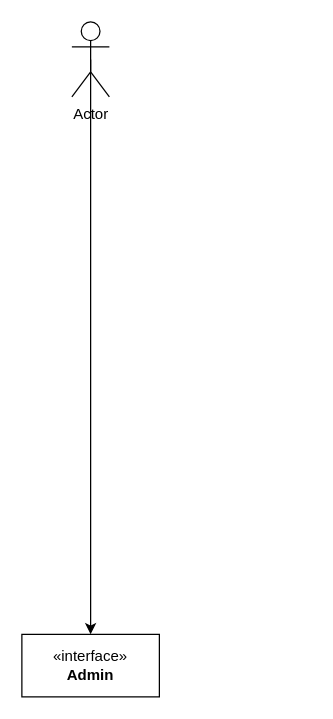
Above: PORTFOLIO.drawio in kairxuu/PORTFOLIO (draw.io), before the change. Source tidied: cells renumbered, new cells numbered last; positions are measured from the earlier drawing's top-left corner, leaving out a move shared by most shapes. Both pictures are drawn from the tidied source at 125%, with x=0, y=0 at pixel (21, 21).
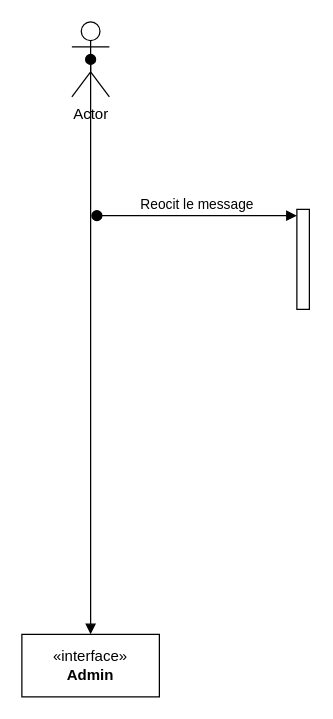
The same diagram, later.

What changed in the source:
```diff
@@
 <mxGraphModel>
   <root>
     <mxCell id="0" />
     <mxCell id="1" parent="0" />
     <mxCell id="2" value="«interface»&lt;br&gt;&lt;b&gt;Admin&lt;/b&gt;" style="html=1;whiteSpace=wrap;" parent="1" vertex="1">
       <mxGeometry y="490" width="110" height="50" as="geometry" />
     </mxCell>
-    <mxCell id="3" style="edgeStyle=orthogonalEdgeStyle;rounded=0;jettySize=auto;html=1;exitX=0.5;exitY=0.5;exitDx=0;exitDy=0;exitPerimeter=0;entryX=0.5;entryY=0;entryDx=0;entryDy=0;" parent="1" edge="1" source="4" target="2">
+    <mxCell id="3" style="edgeStyle=orthogonalEdgeStyle;rounded=0;jettySize=auto;html=1;exitX=0.5;exitY=0.5;exitDx=0;exitDy=0;exitPerimeter=0;entryX=0.5;entryY=0;entryDx=0;entryDy=0;verticalAlign=bottom;startArrow=oval;startFill=1;endArrow=block;startSize=8;curved=0;" parent="1" edge="1" source="4" target="2">
       <mxGeometry relative="1" as="geometry" />
     </mxCell>
     <mxCell id="4" value="Actor" style="shape=umlActor;verticalLabelPosition=bottom;verticalAlign=top;html=1;" parent="1" vertex="1">
       <mxGeometry x="40" width="30" height="60" as="geometry" />
     </mxCell>
+    <mxCell id="5" style="html=1;points=[[0,0,0,0,5],[0,1,0,0,-5],[1,0,0,0,5],[1,1,0,0,-5]];perimeter=orthogonalPerimeter;outlineConnect=0;targetShapes=umlLifeline;portConstraint=eastwest;newEdgeStyle={&quot;curved&quot;:0,&quot;rounded&quot;:0};" parent="1" vertex="1">
+      <mxGeometry x="220" y="150" width="10" height="80" as="geometry" />
+    </mxCell>
+    <mxCell id="6" value="Reocit le message" style="html=1;verticalAlign=bottom;startArrow=oval;endArrow=block;startSize=8;curved=0;rounded=0;entryX=0;entryY=0;entryDx=0;entryDy=5;" parent="1" edge="1" target="5">
+      <mxGeometry relative="1" as="geometry">
+        <mxPoint x="60" y="155" as="sourcePoint" />
+      </mxGeometry>
+    </mxCell>
   </root>
 </mxGraphModel>
```
